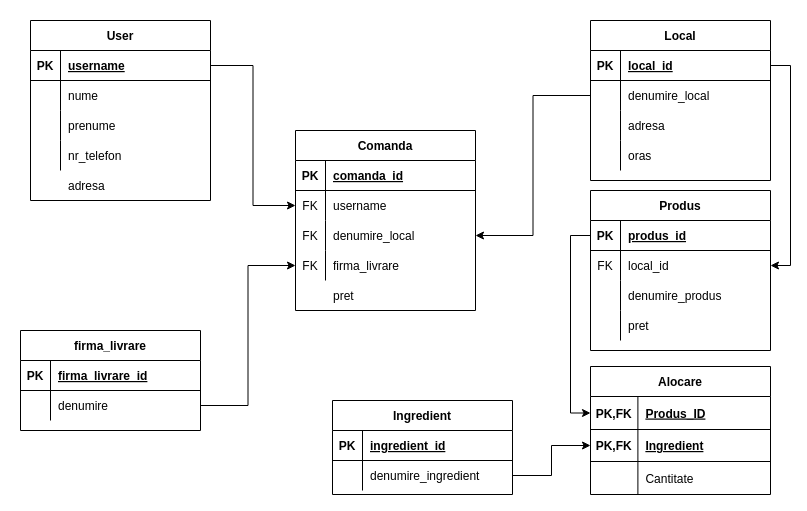
The draw.io diagram sql/diagramaconceptuala.drawio in tr0yyy/food-delivery-app, before the edit. Source tidied: cells renumbered, new cells numbered last; positions are measured from the earlier drawing's top-left corner, leaving out a move shared by most shapes. Both pictures are drawn from the tidied source at 100%, with x=0, y=0 at pixel (20, 20).
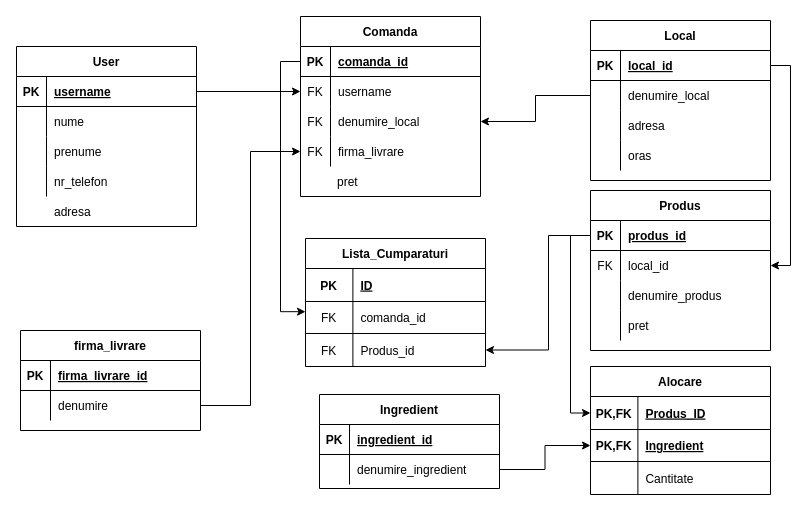
The same diagram, later.

Unchanged cells that the change refers to:
```xml
<mxCell id="16" style="shape=partialRectangle;fillColor=none;top=0;left=0;bottom=1;right=0;points=[[0,0.5],[1,0.5]];portConstraint=eastwest;" parent="15" vertex="1">
  <mxGeometry y="30" width="180" height="30" as="geometry" />
</mxCell>
<mxCell id="37" style="shape=partialRectangle;fillColor=none;top=0;left=0;bottom=1;right=0;points=[[0,0.5],[1,0.5]];portConstraint=eastwest;" parent="36" vertex="1">
  <mxGeometry y="30" width="180" height="30" as="geometry" />
</mxCell>
```

Change to the diagram source:
```diff
@@
     <mxCell id="29" value="Ingredient" style="shape=table;startSize=30;childLayout=tableLayout;rowLines=0;fontStyle=1;align=center;" parent="1" vertex="1">
-      <mxGeometry x="312" y="380" width="180" height="94" as="geometry" />
+      <mxGeometry x="299" y="374" width="180" height="94" as="geometry" />
     </mxCell>
@@
     <mxCell id="36" value="Comanda" style="shape=table;startSize=30;childLayout=tableLayout;rowLines=0;fontStyle=1;align=center;" parent="1" vertex="1">
-      <mxGeometry x="275" y="110" width="180" height="180" as="geometry" />
+      <mxGeometry x="280" y="-4" width="180" height="180" as="geometry" />
     </mxCell>
@@
     <mxCell id="50" value="pret" style="shape=partialRectangle;fillColor=none;top=0;left=0;bottom=0;right=0;align=left;spacingLeft=6;overflow=hidden;" parent="1" vertex="1">
-      <mxGeometry x="305" y="260" width="150" height="30" as="geometry" />
+      <mxGeometry x="309" y="146" width="150" height="30" as="geometry" />
     </mxCell>
@@
     <mxCell id="52" value="User" style="shape=table;startSize=30;childLayout=tableLayout;rowLines=0;fontStyle=1;align=center;" parent="1" vertex="1">
-      <mxGeometry x="10" width="180" height="180" as="geometry" />
+      <mxGeometry x="-4" y="26" width="180" height="180" as="geometry" />
     </mxCell>
@@
     <mxCell id="65" style="shape=partialRectangle;fillColor=none;top=0;left=0;bottom=0;right=0;" parent="1" vertex="1">
-      <mxGeometry x="10" y="150" width="180" height="30" as="geometry" />
+      <mxGeometry x="-4" y="176" width="180" height="30" as="geometry" />
     </mxCell>
@@
+    <mxCell id="89" value="Lista_Cumparaturi" style="shape=table;startSize=30;childLayout=tableLayout;rowLines=1;fontStyle=1;align=center;columnLines=1;" parent="1" vertex="1">
+      <mxGeometry x="285" y="218" width="180" height="128" as="geometry" />
+    </mxCell>
+    <mxCell id="90" style="shape=partialRectangle;fillColor=none;top=0;left=0;bottom=1;right=0;" parent="89" vertex="1">
+      <mxGeometry y="30" width="180" height="33" as="geometry" />
+    </mxCell>
+    <mxCell id="91" value="PK" style="shape=partialRectangle;fillColor=none;top=0;left=0;bottom=0;right=0;fontStyle=1;overflow=hidden;" parent="90" vertex="1">
+      <mxGeometry width="47.4" height="33" as="geometry" />
+    </mxCell>
+    <mxCell id="92" value="ID" style="shape=partialRectangle;fillColor=none;top=0;left=0;bottom=0;right=0;align=left;spacingLeft=6;fontStyle=5;overflow=hidden;" parent="90" vertex="1">
+      <mxGeometry x="47.4" width="132.6" height="33" as="geometry" />
+    </mxCell>
+    <mxCell id="93" style="shape=partialRectangle;fillColor=none;top=0;left=0;bottom=0;right=0;points=[[0,0.5],[1,0.5]];portConstraint=eastwest;" parent="89" vertex="1">
+      <mxGeometry y="63" width="180" height="32" as="geometry" />
+    </mxCell>
+    <mxCell id="94" value="FK" style="shape=partialRectangle;fillColor=none;top=0;left=0;bottom=0;right=0;overflow=hidden;fontStyle=0;" parent="93" vertex="1">
+      <mxGeometry width="47.4" height="32" as="geometry" />
+    </mxCell>
+    <mxCell id="95" value="comanda_id" style="shape=partialRectangle;fillColor=none;top=0;left=0;bottom=0;right=0;align=left;spacingLeft=6;overflow=hidden;fontStyle=0;" parent="93" vertex="1">
+      <mxGeometry x="47.4" width="132.6" height="32" as="geometry" />
+    </mxCell>
+    <mxCell id="96" style="shape=partialRectangle;fillColor=none;top=0;left=0;bottom=0;right=0;points=[[0,0.5],[1,0.5]];portConstraint=eastwest;" parent="89" vertex="1">
+      <mxGeometry y="95" width="180" height="33" as="geometry" />
+    </mxCell>
+    <mxCell id="97" value="FK" style="shape=partialRectangle;fillColor=none;top=0;left=0;bottom=0;right=0;overflow=hidden;" parent="96" vertex="1">
+      <mxGeometry width="47.4" height="33" as="geometry" />
+    </mxCell>
+    <mxCell id="98" value="Produs_id" style="shape=partialRectangle;fillColor=none;top=0;left=0;bottom=0;right=0;align=left;spacingLeft=6;overflow=hidden;" parent="96" vertex="1">
+      <mxGeometry x="47.4" width="132.6" height="33" as="geometry" />
+    </mxCell>
+    <mxCell id="99" style="edgeStyle=orthogonalEdgeStyle;rounded=0;jettySize=auto;html=1;exitX=0;exitY=0.5;exitDx=0;exitDy=0;entryX=0;entryY=0.318;entryDx=0;entryDy=0;entryPerimeter=0;" parent="1" edge="1" source="37" target="93">
+      <mxGeometry relative="1" as="geometry" />
+    </mxCell>
+    <mxCell id="100" style="edgeStyle=orthogonalEdgeStyle;rounded=0;jettySize=auto;html=1;exitX=0;exitY=0.5;exitDx=0;exitDy=0;entryX=1;entryY=0.5;entryDx=0;entryDy=0;" parent="1" edge="1" source="16" target="96">
+      <mxGeometry relative="1" as="geometry">
+        <Array as="points">
+          <mxPoint x="528" y="215" />
+          <mxPoint x="528" y="330" />
+          <mxPoint x="465" y="330" />
+        </Array>
+      </mxGeometry>
+    </mxCell>
```
